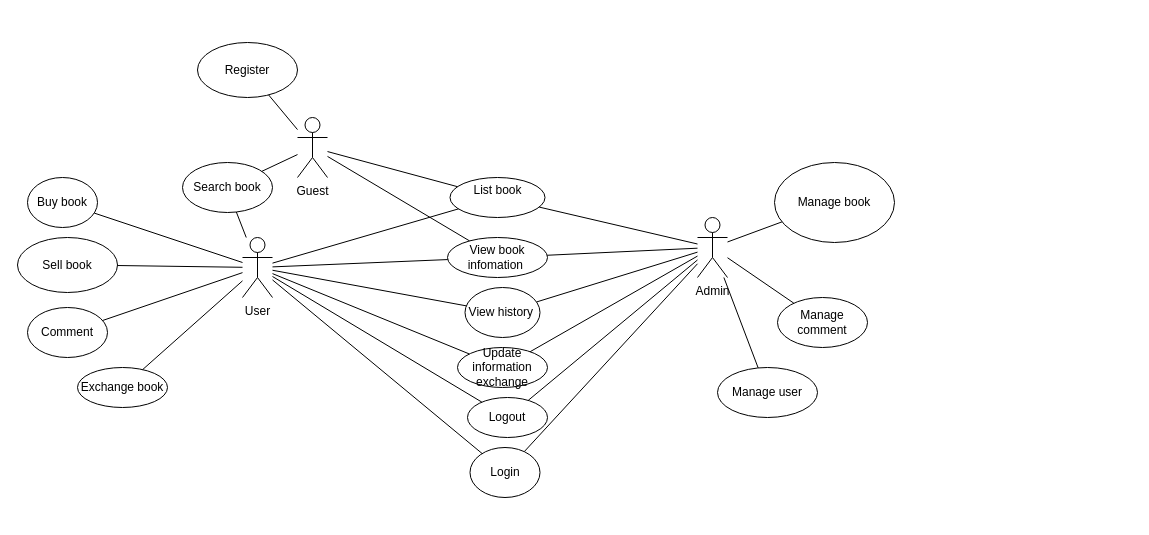
This is Biểu đồ không có tiêu đề.drawio from huanthuytnhh/Official, a draw.io file, before an edit. Source tidied: cells renumbered, new cells numbered last; positions are measured from the earlier drawing's top-left corner, leaving out a move shared by most shapes. Both pictures are drawn from the tidied source at 100%, with x=0, y=0 at pixel (17, 42).
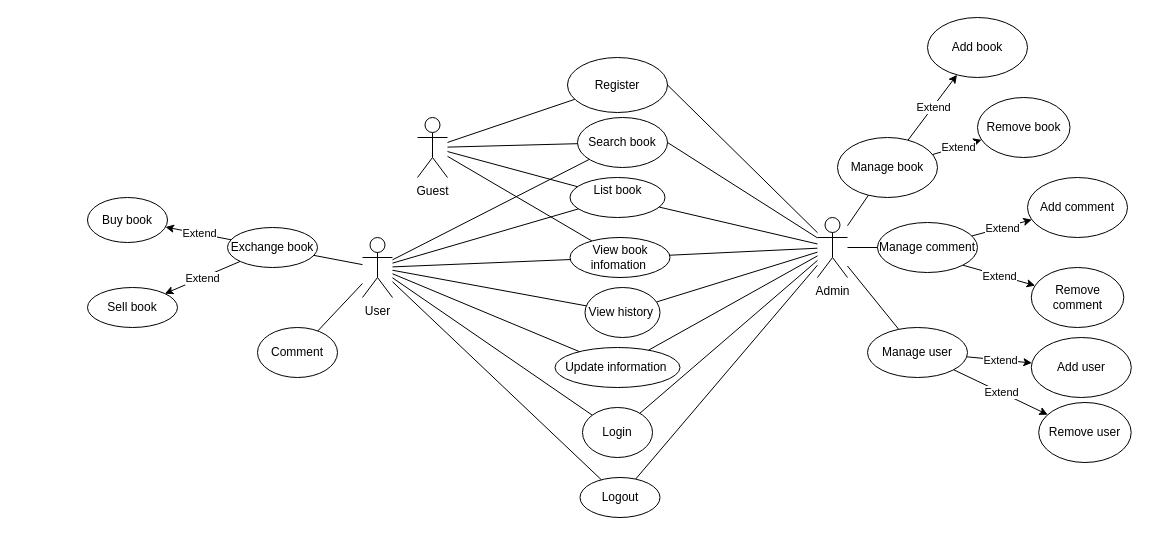
The same page after the edit.

Commit message (it also covers changes not shown here):
Cập nhật Biểu đồ không có tiêu đề.drawio

Diff of the diagram source:
```diff
@@
     <mxCell id="2" value="Admin&lt;div&gt;&lt;br&gt;&lt;/div&gt;" style="shape=umlActor;verticalLabelPosition=bottom;verticalAlign=top;html=1;outlineConnect=0;" parent="1" vertex="1">
-      <mxGeometry x="680" y="175" width="30" height="60" as="geometry" />
+      <mxGeometry x="800" y="175" width="30" height="60" as="geometry" />
     </mxCell>
     <mxCell id="3" value="Guest" style="shape=umlActor;verticalLabelPosition=bottom;verticalAlign=top;html=1;outlineConnect=0;" parent="1" vertex="1">
-      <mxGeometry x="280" y="75" width="30" height="60" as="geometry" />
+      <mxGeometry x="400" y="75" width="30" height="60" as="geometry" />
     </mxCell>
     <mxCell id="4" value="User" style="shape=umlActor;verticalLabelPosition=bottom;verticalAlign=top;html=1;outlineConnect=0;" parent="1" vertex="1">
-      <mxGeometry x="225" y="195" width="30" height="60" as="geometry" />
+      <mxGeometry x="345" y="195" width="30" height="60" as="geometry" />
     </mxCell>
     <mxCell id="5" value="View book infomation&amp;nbsp;" style="ellipse;whiteSpace=wrap;html=1;" parent="1" vertex="1">
-      <mxGeometry x="430" y="195" width="100" height="40" as="geometry" />
+      <mxGeometry x="552.5" y="195" width="100" height="40" as="geometry" />
     </mxCell>
     <mxCell id="6" value="Login" style="ellipse;whiteSpace=wrap;html=1;" parent="1" vertex="1">
-      <mxGeometry x="452.5" y="405" width="70" height="50" as="geometry" />
+      <mxGeometry x="565" y="365" width="70" height="50" as="geometry" />
     </mxCell>
     <mxCell id="7" value="Register" style="ellipse;whiteSpace=wrap;html=1;" parent="1" vertex="1">
-      <mxGeometry x="180" width="100" height="55" as="geometry" />
+      <mxGeometry x="550" y="15" width="100" height="55" as="geometry" />
     </mxCell>
     <mxCell id="8" value="Manage user" style="ellipse;whiteSpace=wrap;html=1;" parent="1" vertex="1">
-      <mxGeometry x="700" y="325" width="100" height="50" as="geometry" />
+      <mxGeometry x="850" y="285" width="100" height="50" as="geometry" />
     </mxCell>
     <mxCell id="9" value="Manage book" style="ellipse;whiteSpace=wrap;html=1;" parent="1" vertex="1">
-      <mxGeometry x="757" y="120" width="120" height="80" as="geometry" />
+      <mxGeometry x="820" y="95" width="100" height="60" as="geometry" />
     </mxCell>
     <mxCell id="10" value="Search book" style="ellipse;whiteSpace=wrap;html=1;" parent="1" vertex="1">
-      <mxGeometry x="165" y="120" width="90" height="50" as="geometry" />
+      <mxGeometry x="560" y="75" width="90" height="50" as="geometry" />
     </mxCell>
     <mxCell id="11" value="Sell book" style="ellipse;whiteSpace=wrap;html=1;" parent="1" vertex="1">
-      <mxGeometry y="195" width="100" height="55" as="geometry" />
+      <mxGeometry x="70" y="245" width="90" height="40" as="geometry" />
     </mxCell>
     <mxCell id="12" value="Exchange book" style="ellipse;whiteSpace=wrap;html=1;" parent="1" vertex="1">
-      <mxGeometry x="60" y="325" width="90" height="40" as="geometry" />
+      <mxGeometry x="210" y="185" width="90" height="40" as="geometry" />
     </mxCell>
     <mxCell id="13" value="Logout" style="ellipse;whiteSpace=wrap;html=1;" parent="1" vertex="1">
-      <mxGeometry x="450" y="355" width="80" height="40" as="geometry" />
+      <mxGeometry x="562.5" y="435" width="80" height="40" as="geometry" />
     </mxCell>
-    <mxCell id="14" value="Update information exchange" style="ellipse;whiteSpace=wrap;html=1;" parent="1" vertex="1">
-      <mxGeometry x="440" y="305" width="90" height="40" as="geometry" />
+    <mxCell id="14" value="Update information&amp;nbsp;" style="ellipse;whiteSpace=wrap;html=1;" parent="1" vertex="1">
+      <mxGeometry x="537.5" y="305" width="125" height="40" as="geometry" />
     </mxCell>
     <mxCell id="15" value="View history&amp;nbsp;" style="ellipse;whiteSpace=wrap;html=1;" parent="1" vertex="1">
-      <mxGeometry x="447.5" y="245" width="75" height="50" as="geometry" />
+      <mxGeometry x="567.5" y="245" width="75" height="50" as="geometry" />
     </mxCell>
     <mxCell id="16" value="Comment" style="ellipse;whiteSpace=wrap;html=1;" parent="1" vertex="1">
-      <mxGeometry x="10" y="265" width="80" height="50" as="geometry" />
+      <mxGeometry x="240" y="285" width="80" height="50" as="geometry" />
     </mxCell>
@@
     <mxCell id="32" value="Manage comment" style="ellipse;whiteSpace=wrap;html=1;" parent="1" vertex="1">
-      <mxGeometry x="760" y="255" width="90" height="50" as="geometry" />
+      <mxGeometry x="860" y="180" width="100" height="50" as="geometry" />
     </mxCell>
@@
-    <mxCell id="35" style="endArrow=none;html=1;rounded=0;" parent="1" edge="1" source="4" target="11">
-      <mxGeometry relative="1" as="geometry" />
-    </mxCell>
-    <mxCell id="36" style="endArrow=none;html=1;rounded=0;" parent="1" edge="1" source="37" target="4">
-      <mxGeometry relative="1" as="geometry" />
-    </mxCell>
     <mxCell id="37" value="Buy book" style="ellipse;whiteSpace=wrap;html=1;" parent="1" vertex="1">
-      <mxGeometry x="10" y="135" width="70" height="50" as="geometry" />
+      <mxGeometry x="70" y="155" width="80" height="45" as="geometry" />
     </mxCell>
@@
     <mxCell id="40" value="List book&lt;div&gt;&lt;br&gt;&lt;/div&gt;" style="ellipse;whiteSpace=wrap;html=1;" parent="1" vertex="1">
-      <mxGeometry x="432.5" y="135" width="95" height="40" as="geometry" />
+      <mxGeometry x="552.5" y="135" width="95" height="40" as="geometry" />
     </mxCell>
@@
+    <mxCell id="44" style="endArrow=none;html=1;rounded=0;exitX=1;exitY=0.5;exitDx=0;exitDy=0;" parent="1" edge="1" source="10" target="2">
+      <mxGeometry relative="1" as="geometry" />
+    </mxCell>
+    <mxCell id="45" style="endArrow=classic;html=1;rounded=0;" parent="1" edge="1" source="12" target="11">
+      <mxGeometry relative="1" as="geometry" />
+    </mxCell>
+    <mxCell id="46" value="Extend" style="edgeLabel;html=1;align=center;verticalAlign=middle;" parent="45" vertex="1">
+      <mxGeometry relative="1" as="geometry" />
+    </mxCell>
+    <mxCell id="47" style="endArrow=classic;html=1;rounded=0;" parent="1" edge="1" source="12" target="37">
+      <mxGeometry relative="1" as="geometry" />
+    </mxCell>
+    <mxCell id="48" value="Extend" style="edgeLabel;html=1;align=center;verticalAlign=middle;" parent="47" vertex="1">
+      <mxGeometry relative="1" as="geometry" />
+    </mxCell>
+    <mxCell id="49" style="endArrow=none;html=1;rounded=0;exitX=1;exitY=0.5;exitDx=0;exitDy=0;" parent="1" edge="1" source="7" target="2">
+      <mxGeometry relative="1" as="geometry" />
+    </mxCell>
+    <mxCell id="50" style="endArrow=classic;html=1;rounded=0;" parent="1" edge="1" source="9" target="54">
+      <mxGeometry relative="1" as="geometry" />
+    </mxCell>
+    <mxCell id="51" value="Extend" style="edgeLabel;html=1;align=center;verticalAlign=middle;" parent="50" vertex="1">
+      <mxGeometry relative="1" as="geometry" />
+    </mxCell>
+    <mxCell id="52" style="endArrow=classic;html=1;rounded=0;" parent="1" edge="1" source="9" target="55">
+      <mxGeometry relative="1" as="geometry" />
+    </mxCell>
+    <mxCell id="53" value="Extend" style="edgeLabel;html=1;align=center;verticalAlign=middle;" parent="52" vertex="1">
+      <mxGeometry relative="1" as="geometry" />
+    </mxCell>
+    <mxCell id="54" value="Add book" style="ellipse;whiteSpace=wrap;html=1;" parent="1" vertex="1">
+      <mxGeometry x="910" y="-25" width="100" height="60" as="geometry" />
+    </mxCell>
+    <mxCell id="55" value="Remove book" style="ellipse;whiteSpace=wrap;html=1;" parent="1" vertex="1">
+      <mxGeometry x="960" y="55" width="92.5" height="60" as="geometry" />
+    </mxCell>
+    <mxCell id="56" style="endArrow=classic;html=1;rounded=0;" parent="1" edge="1" source="32" target="60">
+      <mxGeometry relative="1" as="geometry" />
+    </mxCell>
+    <mxCell id="57" value="Extend" style="edgeLabel;html=1;align=center;verticalAlign=middle;" parent="56" vertex="1">
+      <mxGeometry relative="1" as="geometry" />
+    </mxCell>
+    <mxCell id="58" style="endArrow=classic;html=1;rounded=0;exitX=1;exitY=1;exitDx=0;exitDy=0;" parent="1" edge="1" source="32" target="61">
+      <mxGeometry relative="1" as="geometry" />
+    </mxCell>
+    <mxCell id="59" value="Extend" style="edgeLabel;html=1;align=center;verticalAlign=middle;" parent="58" vertex="1">
+      <mxGeometry relative="1" as="geometry" />
+    </mxCell>
+    <mxCell id="60" value="Add comment" style="ellipse;whiteSpace=wrap;html=1;" parent="1" vertex="1">
+      <mxGeometry x="1010" y="135" width="100" height="60" as="geometry" />
+    </mxCell>
+    <mxCell id="61" value="Remove comment" style="ellipse;whiteSpace=wrap;html=1;" parent="1" vertex="1">
+      <mxGeometry x="1013.8" y="225" width="92.5" height="60" as="geometry" />
+    </mxCell>
+    <mxCell id="62" style="endArrow=classic;html=1;rounded=0;" parent="1" edge="1" source="8" target="66">
+      <mxGeometry relative="1" as="geometry" />
+    </mxCell>
+    <mxCell id="63" value="Extend" style="edgeLabel;html=1;align=center;verticalAlign=middle;" parent="62" vertex="1">
+      <mxGeometry relative="1" as="geometry" />
+    </mxCell>
+    <mxCell id="64" style="endArrow=classic;html=1;rounded=0;" parent="1" edge="1" source="8" target="67">
+      <mxGeometry relative="1" as="geometry" />
+    </mxCell>
+    <mxCell id="65" value="Extend" style="edgeLabel;html=1;align=center;verticalAlign=middle;" parent="64" vertex="1">
+      <mxGeometry relative="1" as="geometry" />
+    </mxCell>
+    <mxCell id="66" value="Add user" style="ellipse;whiteSpace=wrap;html=1;" parent="1" vertex="1">
+      <mxGeometry x="1013.8" y="295" width="100" height="60" as="geometry" />
+    </mxCell>
+    <mxCell id="67" value="Remove user" style="ellipse;whiteSpace=wrap;html=1;" parent="1" vertex="1">
+      <mxGeometry x="1021.2" y="360" width="92.5" height="60" as="geometry" />
+    </mxCell>
```
